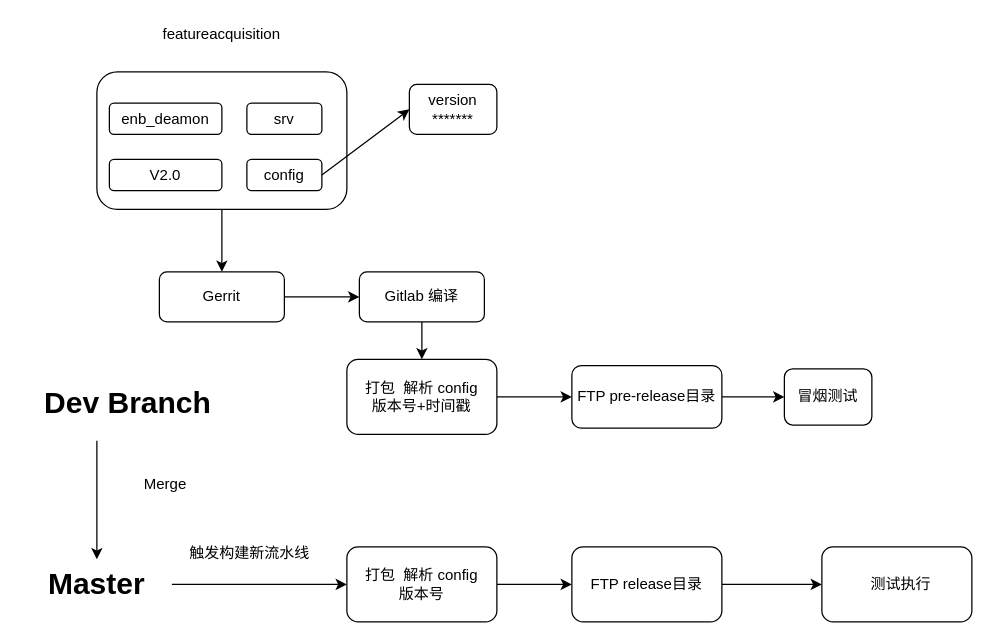
This is release process.drawio from Chenguoqing2008/drawio, a draw.io file, before an edit. Source tidied: cells renumbered, new cells numbered last; positions are measured from the earlier drawing's top-left corner, leaving out a move shared by most shapes. Both pictures are drawn from the tidied source at 125%, with x=0, y=0 at pixel (21, 21).
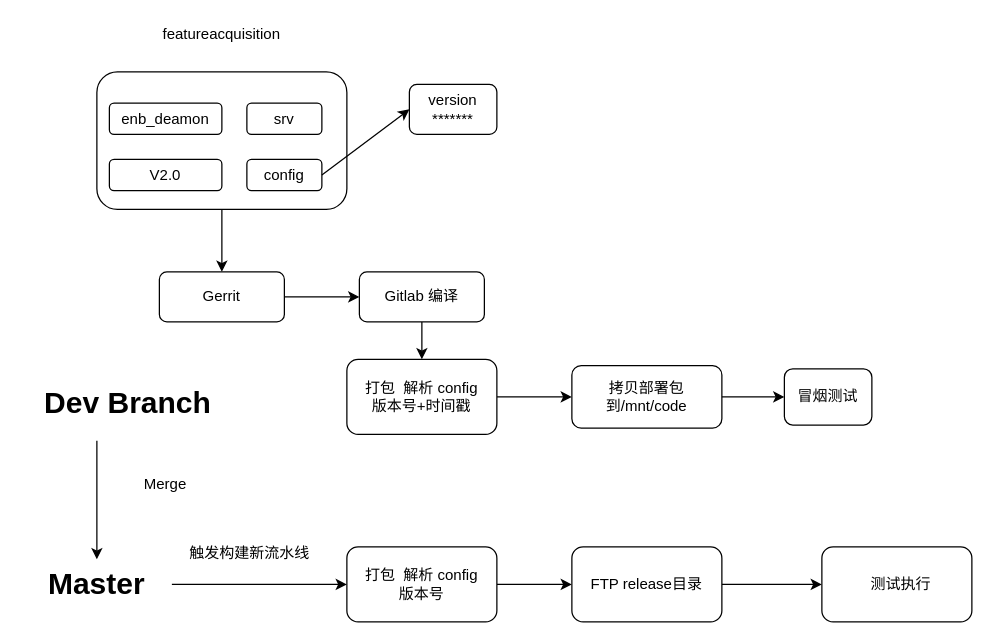
The same page after the edit.

What changed in the source:
```diff
@@
-    <mxCell id="17" value="FTP pre-release目录" style="rounded=1;whiteSpace=wrap;html=1;" parent="1" vertex="1">
+    <mxCell id="17" value="拷贝部署包到/mnt/code" style="rounded=1;whiteSpace=wrap;html=1;" parent="1" vertex="1">
       <mxGeometry x="440" y="275" width="120" height="50" as="geometry" />
     </mxCell>
```
